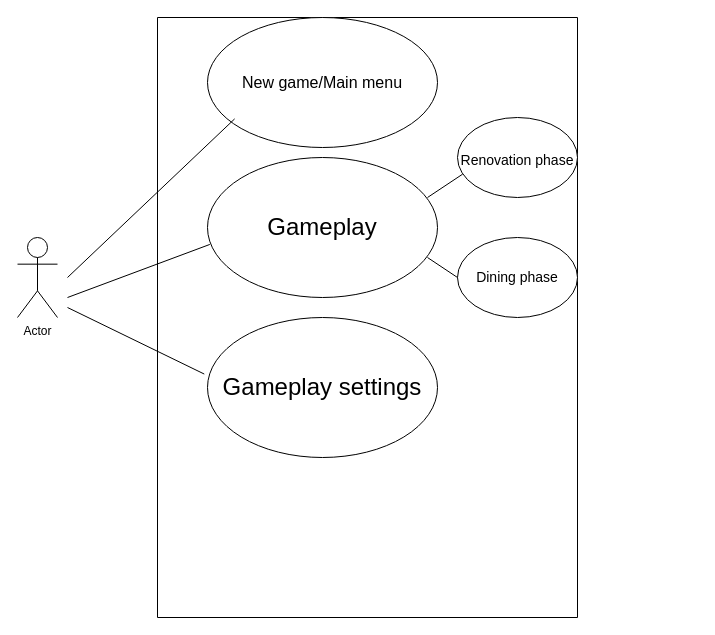
The draw.io diagram External/Documentation/Use case diagram.drawio in TomatechGames/Cooktastrophe, before the edit. Source tidied: cells renumbered, new cells numbered last; positions are measured from the earlier drawing's top-left corner, leaving out a move shared by most shapes. Both pictures are drawn from the tidied source at 100%, with x=0, y=0 at pixel (17, 17).
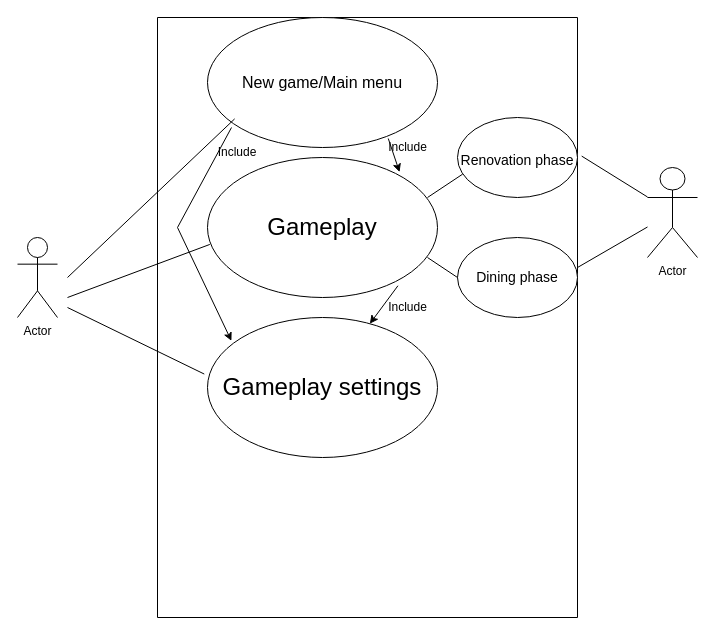
After the change.

The change refers to these unchanged cells:
```xml
<mxCell id="3" style="swimlane;startSize=0;" parent="1" vertex="1">
  <mxGeometry x="140" width="420" height="600" as="geometry" />
</mxCell>
<mxCell id="4" value="&lt;font size=&quot;3&quot;&gt;New game/Main menu&lt;/font&gt;" style="ellipse;whiteSpace=wrap;html=1;" parent="3" vertex="1">
  <mxGeometry x="50" width="230" height="130" as="geometry" />
</mxCell>
<mxCell id="6" value="Gameplay" style="ellipse;whiteSpace=wrap;html=1;fontSize=24;" parent="3" vertex="1">
  <mxGeometry x="50" y="140" width="230" height="140" as="geometry" />
</mxCell>
<mxCell id="11" value="&lt;font style=&quot;font-size: 24px;&quot;&gt;Gameplay settings&lt;/font&gt;" style="ellipse;whiteSpace=wrap;html=1;fontSize=14;" parent="3" vertex="1">
  <mxGeometry x="50" y="300" width="230" height="140" as="geometry" />
</mxCell>
```

Change to the diagram source:
```diff
@@
+    <mxCell id="14" style="endArrow=classic;html=1;rounded=0;exitX=0.828;exitY=0.916;exitDx=0;exitDy=0;exitPerimeter=0;" parent="3" edge="1" source="6" target="11">
+      <mxGeometry relative="1" as="geometry" />
+    </mxCell>
+    <mxCell id="15" style="endArrow=classic;html=1;rounded=0;exitX=0.786;exitY=0.931;exitDx=0;exitDy=0;exitPerimeter=0;entryX=0.835;entryY=0.104;entryDx=0;entryDy=0;entryPerimeter=0;" parent="3" edge="1" source="4" target="6">
+      <mxGeometry relative="1" as="geometry" />
+    </mxCell>
+    <mxCell id="16" style="endArrow=classic;html=1;rounded=0;entryX=0.104;entryY=0.167;entryDx=0;entryDy=0;entryPerimeter=0;" parent="3" edge="1" target="11">
+      <mxGeometry relative="1" as="geometry">
+        <mxPoint x="74" y="110" as="sourcePoint" />
+        <Array as="points">
+          <mxPoint x="20" y="210" />
+        </Array>
+      </mxGeometry>
+    </mxCell>
+    <mxCell id="17" value="Include" style="text;html=1;strokeColor=none;fillColor=none;align=center;verticalAlign=middle;whiteSpace=wrap;rounded=0;" parent="3" vertex="1">
+      <mxGeometry x="50" y="120" width="60" height="30" as="geometry" />
+    </mxCell>
@@
+    <mxCell id="18" value="Actor" style="shape=umlActor;verticalLabelPosition=bottom;verticalAlign=top;html=1;outlineConnect=0;" parent="1" vertex="1">
+      <mxGeometry x="630" y="150" width="50" height="90" as="geometry" />
+    </mxCell>
+    <mxCell id="19" style="endArrow=none;html=1;rounded=0;exitX=1.01;exitY=0.231;exitDx=0;exitDy=0;exitPerimeter=0;" parent="1" edge="1" source="3" target="18">
+      <mxGeometry relative="1" as="geometry" />
+    </mxCell>
+    <mxCell id="20" style="endArrow=none;html=1;rounded=0;" parent="1" edge="1" target="18">
+      <mxGeometry relative="1" as="geometry">
+        <mxPoint x="560" y="250" as="sourcePoint" />
+      </mxGeometry>
+    </mxCell>
+    <mxCell id="21" value="Include" style="text;html=1;align=center;verticalAlign=middle;strokeColor=none;fillColor=none;" parent="1" vertex="1">
+      <mxGeometry x="360" y="275" width="60" height="30" as="geometry" />
+    </mxCell>
+    <mxCell id="22" value="Include" style="text;html=1;align=center;verticalAlign=middle;strokeColor=none;fillColor=none;" parent="1" vertex="1">
+      <mxGeometry x="360" y="115" width="60" height="30" as="geometry" />
+    </mxCell>
```
